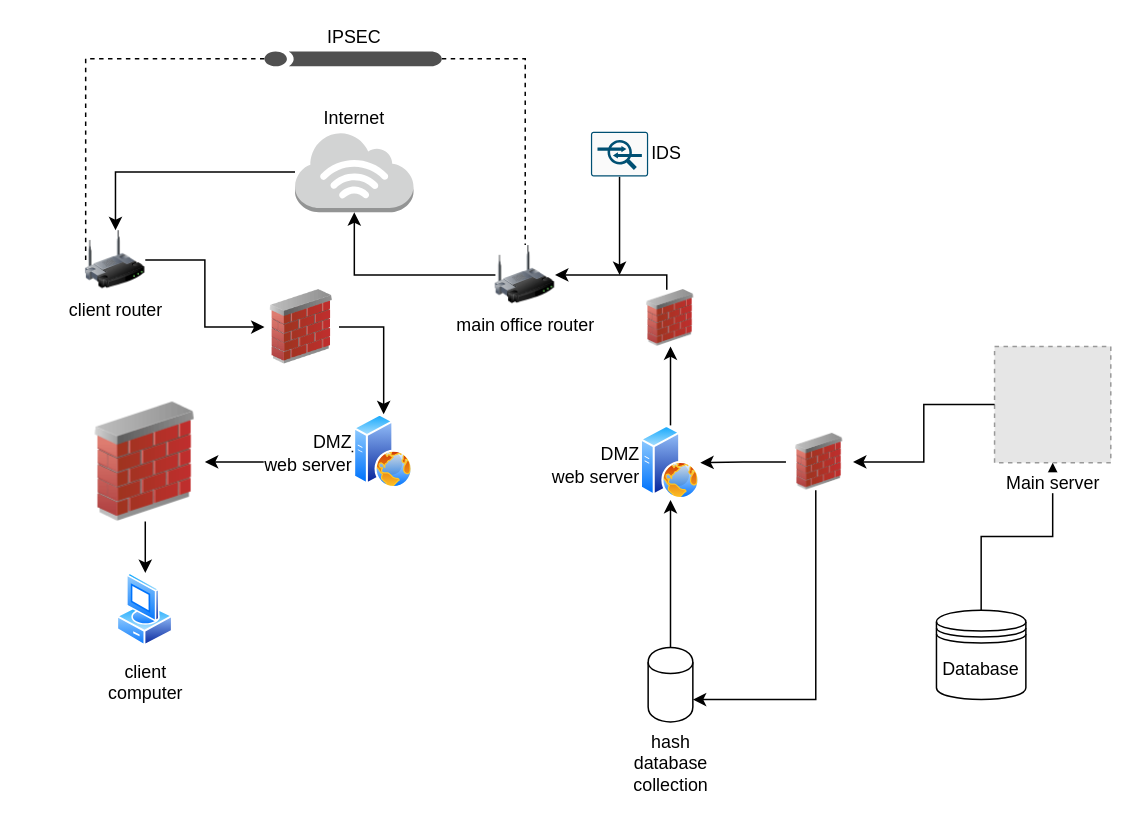
ramith123/ISS-Finals keeps this draw.io diagram as Q3/sol.drawio. Above is the earlier version. Source tidied: cells renumbered, new cells numbered last; positions are measured from the earlier drawing's top-left corner, leaving out a move shared by most shapes. Both pictures are drawn from the tidied source at 149%, with x=0, y=0 at pixel (85, 51). Pictures stored in the file or linked from it are replaced by grey dashed boxes.
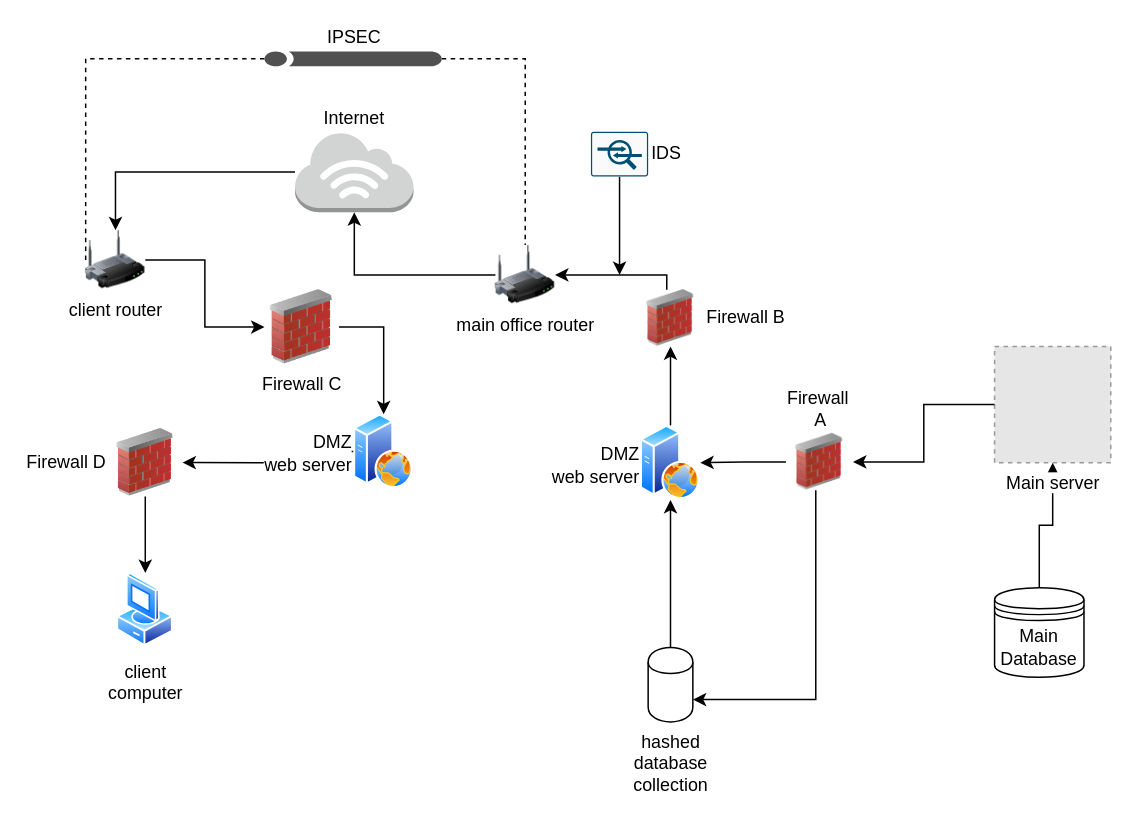
The same page after the edit.

Change to the diagram source:
```diff
@@
-    <mxCell id="3" value="Database&lt;br&gt;" style="shape=datastore;whiteSpace=wrap;html=1;verticalAlign=middle;" parent="1" vertex="1">
-      <mxGeometry x="571" y="375" width="60" height="60" as="geometry" />
+    <mxCell id="3" value="Main&lt;br&gt;Database" style="shape=datastore;whiteSpace=wrap;html=1;verticalAlign=middle;" parent="1" vertex="1">
+      <mxGeometry x="610" y="360" width="60" height="60" as="geometry" />
     </mxCell>
@@
-    <mxCell id="14" style="image;html=1;labelBackgroundColor=#ffffff;image=img/lib/clip_art/networking/Firewall_02_128x128.png;" parent="1" vertex="1">
+    <mxCell id="14" value="Firewall&amp;nbsp;&lt;br&gt;A" style="image;html=1;labelBackgroundColor=#ffffff;image=img/lib/clip_art/networking/Firewall_02_128x128.png;labelPosition=center;verticalLabelPosition=top;align=center;verticalAlign=bottom;" parent="1" vertex="1">
       <mxGeometry x="470" y="256.5" width="45" height="38" as="geometry" />
     </mxCell>
-    <mxCell id="15" style="image;html=1;labelBackgroundColor=#ffffff;image=img/lib/clip_art/networking/Firewall_02_128x128.png;" parent="1" vertex="1">
-      <mxGeometry y="235.5" width="80" height="80" as="geometry" />
+    <mxCell id="15" value="Firewall D" style="image;html=1;labelBackgroundColor=#ffffff;image=img/lib/clip_art/networking/Firewall_02_128x128.png;labelPosition=left;verticalLabelPosition=middle;align=right;verticalAlign=middle;" parent="1" vertex="1">
+      <mxGeometry x="15" y="253.2" width="50" height="45.5" as="geometry" />
     </mxCell>
@@
-    <mxCell id="17" style="image;html=1;labelBackgroundColor=#ffffff;image=img/lib/clip_art/networking/Firewall_02_128x128.png;" parent="1" vertex="1">
+    <mxCell id="17" value="Firewall C" style="image;html=1;labelBackgroundColor=#ffffff;image=img/lib/clip_art/networking/Firewall_02_128x128.png;" parent="1" vertex="1">
       <mxGeometry x="120" y="160" width="50" height="50" as="geometry" />
     </mxCell>
@@
-    <mxCell id="21" style="image;html=1;labelBackgroundColor=#ffffff;image=img/lib/clip_art/networking/Firewall_02_128x128.png;" parent="1" vertex="1">
+    <mxCell id="21" value="Firewall B" style="image;html=1;labelBackgroundColor=#ffffff;image=img/lib/clip_art/networking/Firewall_02_128x128.png;labelPosition=right;verticalLabelPosition=middle;align=left;verticalAlign=middle;" parent="1" vertex="1">
       <mxGeometry x="370" y="160" width="45" height="38" as="geometry" />
     </mxCell>
@@
-    <mxCell id="25" value="hash database collection" style="shape=cylinder;whiteSpace=wrap;html=1;boundedLbl=1;backgroundOutline=1;labelPosition=center;verticalLabelPosition=bottom;align=center;verticalAlign=top;" parent="1" vertex="1">
+    <mxCell id="25" value="hashed database collection" style="shape=cylinder;whiteSpace=wrap;html=1;boundedLbl=1;backgroundOutline=1;labelPosition=center;verticalLabelPosition=bottom;align=center;verticalAlign=top;" parent="1" vertex="1">
       <mxGeometry x="377.5" y="400" width="30" height="50" as="geometry" />
     </mxCell>
```
